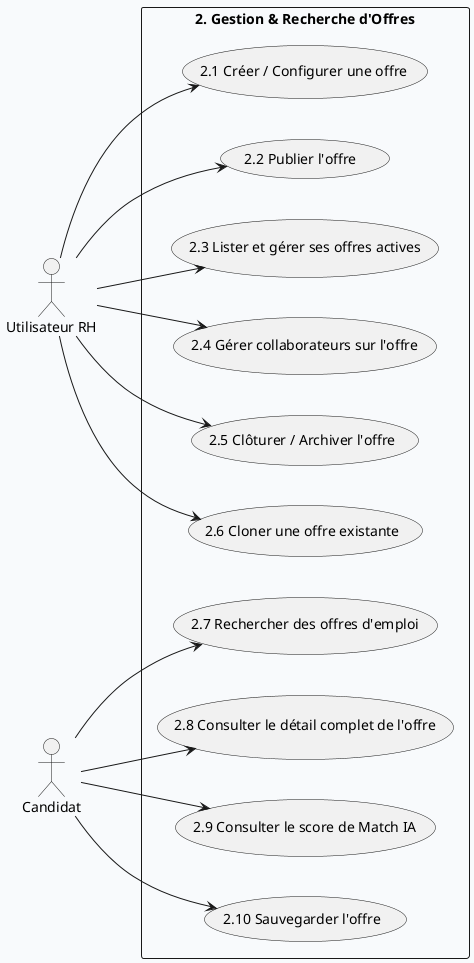
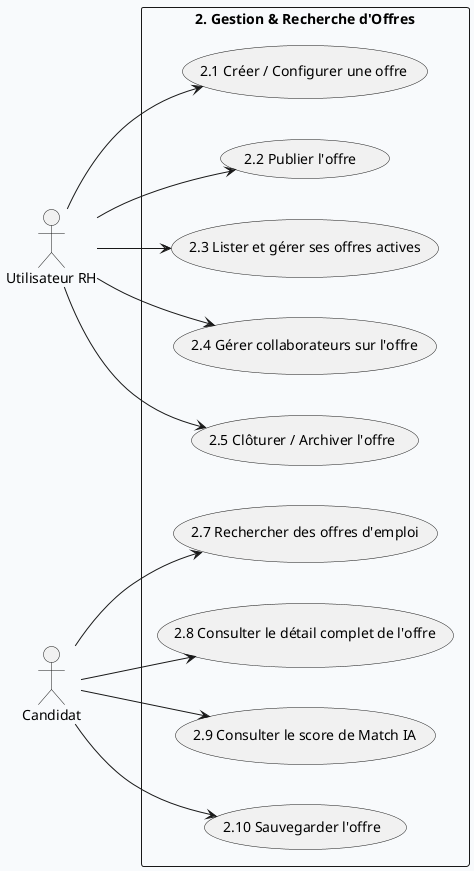
@startuml Module_2_Offres
skinparam backgroundColor #F8FAFC
skinparam defaultFontName Arial
skinparam nodesep 40
skinparam ranksep 60
left to right direction

actor "Utilisateur RH" as URH
actor "Candidat" as C

rectangle "2. Gestion & Recherche d'Offres" {
  usecase "2.1 Créer / Configurer une offre" as UC2_1
  usecase "2.2 Publier l'offre " as UC2_2
  usecase "2.3 Lister et gérer ses offres actives" as UC2_3
  usecase "2.4 Gérer collaborateurs sur l'offre" as UC2_4
  usecase "2.5 Clôturer / Archiver l'offre" as UC2_5
-   usecase "2.6 Cloner une offre existante" as UC2_6

  usecase "2.7 Rechercher des offres d'emploi" as UC2_7
  usecase "2.8 Consulter le détail complet de l'offre" as UC2_8
  usecase "2.9 Consulter le score de Match IA" as UC2_9
  usecase "2.10 Sauvegarder l'offre" as UC2_10
}

URH --> UC2_1
URH --> UC2_2
URH --> UC2_3
URH --> UC2_4
URH --> UC2_5
- URH --> UC2_6

C --> UC2_7
C --> UC2_8
C --> UC2_9
C --> UC2_10
@enduml